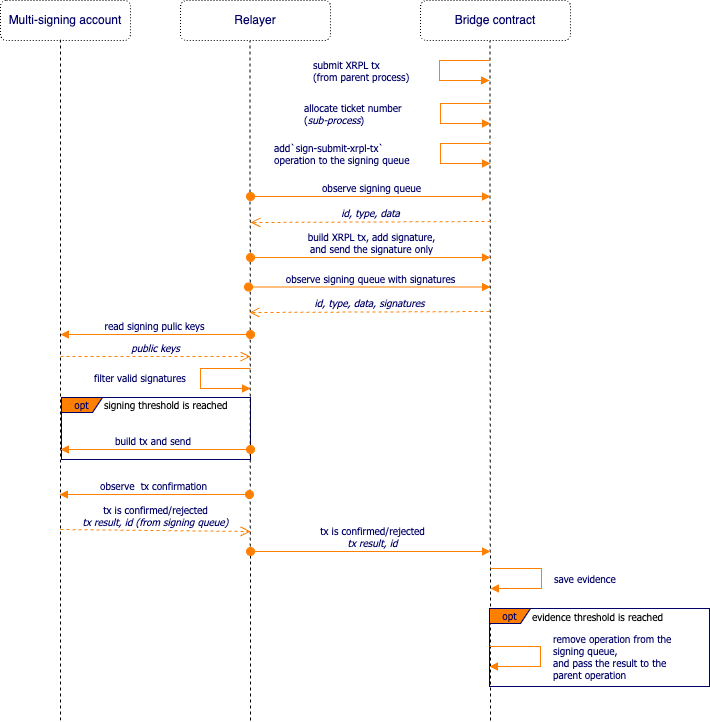
This is spec/img/submit-xrpl-tx.png from CoreumFoundation/coreumbridge-xrpl, a draw.io export, as it was before one commit. Source tidied: cells renumbered, new cells last; positions are measured from the earlier drawing's top-left corner, leaving out a move shared by most shapes.
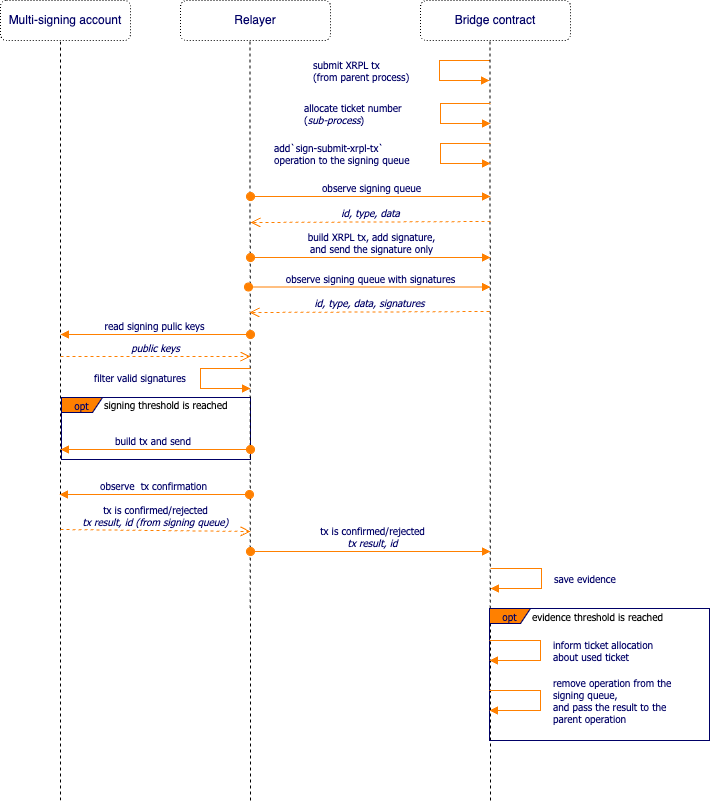
After the change.

Commit message:
Update tickets re-allocation workflow.

Change to the diagram source:
```diff
@@ -16,7 +16,7 @@
     </mxCell>
     <mxCell id="6" style="endArrow=none;dashed=1;html=1;rounded=0;" parent="1" edge="1">
       <mxGeometry relative="1" as="geometry">
-        <mxPoint x="60" y="720" as="sourcePoint" />
+        <mxPoint x="60" y="800" as="sourcePoint" />
         <mxPoint x="60" y="39" as="targetPoint" />
       </mxGeometry>
     </mxCell>
@@ -25,7 +25,7 @@
     </mxCell>
     <mxCell id="8" style="endArrow=none;dashed=1;html=1;rounded=0;" parent="1" edge="1">
       <mxGeometry relative="1" as="geometry">
-        <mxPoint x="250" y="720" as="sourcePoint" />
+        <mxPoint x="250" y="800" as="sourcePoint" />
         <mxPoint x="249.5" y="40" as="targetPoint" />
       </mxGeometry>
     </mxCell>
@@ -34,7 +34,7 @@
     </mxCell>
     <mxCell id="10" style="endArrow=none;dashed=1;html=1;rounded=0;" parent="1" edge="1">
       <mxGeometry relative="1" as="geometry">
-        <mxPoint x="490" y="720" as="sourcePoint" />
+        <mxPoint x="490" y="800" as="sourcePoint" />
         <mxPoint x="489.5" y="40" as="targetPoint" />
       </mxGeometry>
     </mxCell>
@@ -72,7 +72,7 @@
       </mxGeometry>
     </mxCell>
     <mxCell id="17" value="opt" style="shape=umlFrame;whiteSpace=wrap;html=1;strokeColor=#000066;fillColor=#FF8000;fontFamily=Tahoma;fontSize=10;fontColor=#000066;align=center;width=41;height=15;" parent="1" vertex="1">
-      <mxGeometry x="489" y="608" width="220" height="78" as="geometry" />
+      <mxGeometry x="489" y="608" width="220" height="132" as="geometry" />
     </mxCell>
     <mxCell id="18" value="evidence threshold is reached" style="text;html=1;align=left;verticalAlign=top;spacingTop=-4;fontSize=10;fontFamily=Tahoma;fontColor=#000000;" parent="1" vertex="1">
       <mxGeometry x="530" y="608" width="150" height="20" as="geometry" />
@@ -127,11 +127,11 @@
     </mxCell>
     <mxCell id="25" value="remove operation from the &lt;br&gt;signing queue, &lt;br&gt;and pass the result to the &lt;br&gt;parent operation" style="edgeStyle=orthogonalEdgeStyle;html=1;align=left;spacingLeft=2;endArrow=block;rounded=0;strokeColor=#FF8000;fontFamily=Tahoma;fontSize=10;fontColor=#000066;endFill=1;" parent="1" edge="1">
       <mxGeometry y="9" relative="1" as="geometry">
-        <mxPoint x="489" y="646" as="sourcePoint" />
-        <mxPoint x="489" y="666" as="targetPoint" />
+        <mxPoint x="489" y="690" as="sourcePoint" />
+        <mxPoint x="489" y="710" as="targetPoint" />
         <Array as="points">
-          <mxPoint x="540" y="646" />
-          <mxPoint x="540" y="666" />
+          <mxPoint x="540" y="690" />
+          <mxPoint x="540" y="710" />
         </Array>
       </mxGeometry>
     </mxCell>
@@ -176,5 +176,15 @@
         <mxPoint x="59" y="494" as="targetPoint" />
       </mxGeometry>
     </mxCell>
+    <mxCell id="32" value="inform ticket allocation &lt;br&gt;about used ticket" style="edgeStyle=orthogonalEdgeStyle;html=1;align=left;spacingLeft=2;endArrow=block;rounded=0;strokeColor=#FF8000;fontFamily=Tahoma;fontSize=10;fontColor=#000066;endFill=1;" parent="1" edge="1">
+      <mxGeometry y="9" relative="1" as="geometry">
+        <mxPoint x="489" y="640" as="sourcePoint" />
+        <mxPoint x="489" y="660" as="targetPoint" />
+        <Array as="points">
+          <mxPoint x="540" y="640" />
+          <mxPoint x="540" y="660" />
+        </Array>
+      </mxGeometry>
+    </mxCell>
   </root>
 </mxGraphModel>
```
